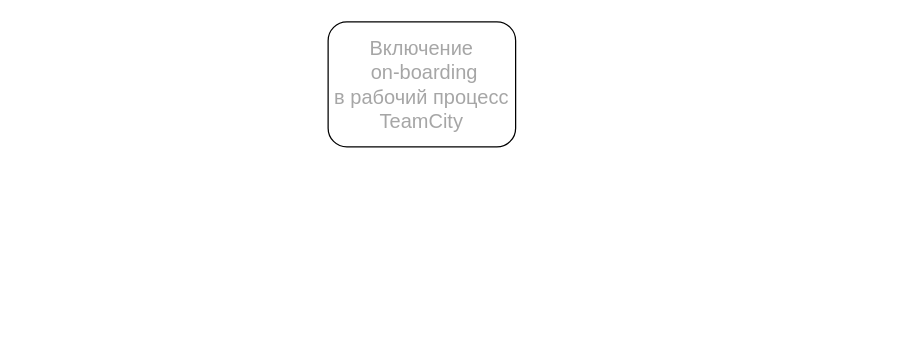
Earlier version of the draw.io diagram docs/Untitled Diagram.drawio (andrglad/DocOps). Source tidied: cells renumbered, new cells numbered last; positions are measured from the earlier drawing's top-left corner, leaving out a move shared by most shapes. Both pictures are drawn from the tidied source at 125%, with x=0, y=0 at pixel (328, 21).
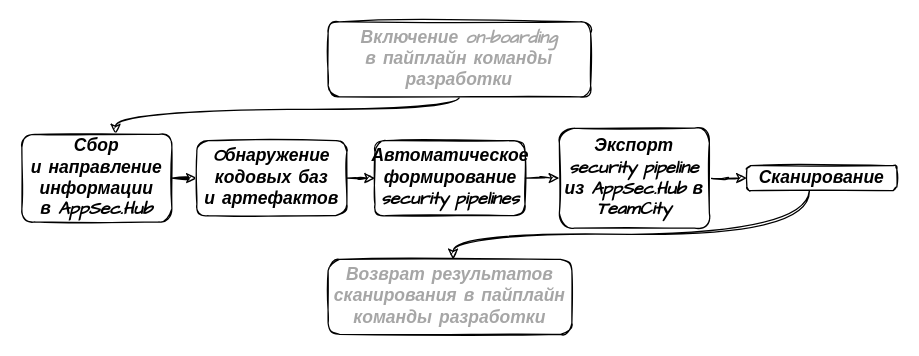
The same diagram, later.

Change to the diagram source:
```diff
@@
 <mxGraphModel>
   <root>
     <mxCell id="0" />
     <mxCell id="1" parent="0" />
+    <mxCell id="3" style="edgeStyle=orthogonalEdgeStyle;jettySize=auto;html=1;sketch=1;curved=1;" parent="1" edge="1" source="2" target="5">
+      <mxGeometry relative="1" as="geometry">
+        <Array as="points">
+          <mxPoint x="-170" y="70" />
+        </Array>
+      </mxGeometry>
+    </mxCell>
-    <mxCell id="2" value="&lt;span style=&quot;font-size: 12.0pt ; font-family: &amp;#34;calibri&amp;#34; , sans-serif ; color: #a6a6a6&quot;&gt;Включение&lt;br&gt;&amp;nbsp;&lt;/span&gt;&lt;span lang=&quot;EN-US&quot; style=&quot;font-size: 12.0pt ; font-family: &amp;#34;calibri&amp;#34; , sans-serif ; color: #a6a6a6&quot;&gt;on&lt;/span&gt;&lt;span style=&quot;font-size: 12.0pt ; font-family: &amp;#34;calibri&amp;#34; , sans-serif ; color: #a6a6a6&quot;&gt;-&lt;/span&gt;&lt;span lang=&quot;EN-US&quot; style=&quot;font-size: 12.0pt ; font-family: &amp;#34;calibri&amp;#34; , sans-serif ; color: #a6a6a6&quot;&gt;boarding&lt;br&gt;&lt;/span&gt;&lt;span style=&quot;font-size: 12.0pt ; font-family: &amp;#34;calibri&amp;#34; , sans-serif ; color: #a6a6a6&quot;&gt;в рабочий процесс &lt;/span&gt;&lt;span lang=&quot;EN-US&quot; style=&quot;font-size: 12.0pt ; font-family: &amp;#34;calibri&amp;#34; , sans-serif ; color: #a6a6a6&quot;&gt;TeamCity&lt;/span&gt;" style="rounded=1;whiteSpace=wrap;html=1;fontSize=12;glass=0;strokeWidth=1;shadow=0;" parent="1" vertex="1">
-      <mxGeometry width="150" height="100" as="geometry" />
+    <mxCell id="2" value="&lt;font style=&quot;font-size: 14px&quot; face=&quot;Comic Sans MS&quot;&gt;&lt;b&gt;&lt;i&gt;&lt;span style=&quot;color: rgb(166 , 166 , 166)&quot;&gt;Включение&amp;nbsp;&lt;/span&gt;&lt;span lang=&quot;EN-US&quot; style=&quot;color: rgb(166 , 166 , 166)&quot;&gt;on&lt;/span&gt;&lt;span style=&quot;color: rgb(166 , 166 , 166)&quot;&gt;-&lt;/span&gt;&lt;span lang=&quot;EN-US&quot; style=&quot;color: rgb(166 , 166 , 166)&quot;&gt;boarding&lt;br&gt;&lt;/span&gt;&lt;span style=&quot;color: rgb(166 , 166 , 166)&quot;&gt;в пайплайн&amp;nbsp;команды&lt;br&gt;разработки&lt;/span&gt;&lt;/i&gt;&lt;/b&gt;&lt;/font&gt;" style="whiteSpace=wrap;html=1;fontSize=12;glass=0;strokeWidth=1;shadow=0;sketch=1;rounded=1;" parent="1" vertex="1">
+      <mxGeometry width="210" height="60" as="geometry" />
     </mxCell>
+    <mxCell id="4" style="edgeStyle=orthogonalEdgeStyle;jettySize=auto;html=1;sketch=1;curved=1;" parent="1" edge="1" source="5" target="7">
+      <mxGeometry relative="1" as="geometry" />
+    </mxCell>
+    <mxCell id="5" value="&lt;font style=&quot;font-size: 14px&quot; face=&quot;Comic Sans MS&quot;&gt;&lt;b&gt;&lt;i&gt;Сбор&lt;br&gt;и направление&lt;br&gt;информации&lt;br&gt;в &lt;span lang=&quot;EN-US&quot;&gt;AppSec&lt;/span&gt;.&lt;span lang=&quot;EN-US&quot;&gt;Hub&lt;/span&gt;&lt;/i&gt;&lt;/b&gt;&lt;/font&gt;" style="whiteSpace=wrap;html=1;sketch=1;rounded=1;" parent="1" vertex="1">
+      <mxGeometry x="-245" y="90" width="120" height="70" as="geometry" />
+    </mxCell>
+    <mxCell id="6" style="edgeStyle=orthogonalEdgeStyle;jettySize=auto;html=1;sketch=1;curved=1;" parent="1" edge="1" source="7" target="9">
+      <mxGeometry relative="1" as="geometry" />
+    </mxCell>
+    <mxCell id="7" value="&lt;font style=&quot;font-size: 14px&quot; face=&quot;Comic Sans MS&quot;&gt;&lt;b&gt;&lt;i&gt;&lt;span lang=&quot;EN-US&quot;&gt;O&lt;/span&gt;бнаружение кодовых баз&lt;br&gt;и артефактов&lt;/i&gt;&lt;/b&gt;&lt;/font&gt;" style="whiteSpace=wrap;html=1;sketch=1;rounded=1;" parent="1" vertex="1">
+      <mxGeometry x="-105" y="95" width="120" height="60" as="geometry" />
+    </mxCell>
+    <mxCell id="8" style="edgeStyle=orthogonalEdgeStyle;jettySize=auto;html=1;sketch=1;curved=1;" parent="1" edge="1" source="9" target="11">
+      <mxGeometry relative="1" as="geometry" />
+    </mxCell>
+    <mxCell id="9" value="&lt;font style=&quot;font-size: 14px&quot; face=&quot;Comic Sans MS&quot;&gt;&lt;b&gt;&lt;i&gt;Автоматическое формирование&lt;br&gt;&lt;span lang=&quot;EN-US&quot;&gt;security&lt;/span&gt;&lt;span lang=&quot;EN-US&quot;&gt; &lt;/span&gt;&lt;span lang=&quot;EN-US&quot;&gt;pipelines&lt;/span&gt;&lt;/i&gt;&lt;/b&gt;&lt;/font&gt;" style="whiteSpace=wrap;html=1;sketch=1;rounded=1;" parent="1" vertex="1">
+      <mxGeometry x="37.5" y="95" width="120" height="60" as="geometry" />
+    </mxCell>
+    <mxCell id="10" style="edgeStyle=orthogonalEdgeStyle;jettySize=auto;html=1;sketch=1;curved=1;" parent="1" edge="1" source="11" target="13">
+      <mxGeometry relative="1" as="geometry" />
+    </mxCell>
+    <mxCell id="11" value="&lt;b&gt;&lt;font style=&quot;font-size: 14px&quot; face=&quot;Comic Sans MS&quot;&gt;&lt;i&gt;Экспорт &lt;span lang=&quot;EN-US&quot;&gt;security&lt;/span&gt;&lt;span lang=&quot;EN-US&quot;&gt; &lt;/span&gt;&lt;span lang=&quot;EN-US&quot;&gt;pipeline&lt;/span&gt; из &lt;span lang=&quot;EN-US&quot;&gt;AppSec&lt;/span&gt;.&lt;span lang=&quot;EN-US&quot;&gt;Hub&lt;/span&gt; в &lt;span lang=&quot;EN-US&quot;&gt;TeamCity&lt;/span&gt;&lt;/i&gt;&lt;/font&gt;&lt;/b&gt;" style="whiteSpace=wrap;html=1;sketch=1;rounded=1;" parent="1" vertex="1">
+      <mxGeometry x="185" y="85" width="120" height="80" as="geometry" />
+    </mxCell>
+    <mxCell id="12" style="edgeStyle=orthogonalEdgeStyle;jettySize=auto;html=1;sketch=1;curved=1;" parent="1" edge="1" source="13" target="14">
+      <mxGeometry relative="1" as="geometry">
+        <Array as="points">
+          <mxPoint x="385" y="170" />
+          <mxPoint x="100" y="170" />
+        </Array>
+      </mxGeometry>
+    </mxCell>
+    <mxCell id="13" value="&lt;font style=&quot;font-size: 14px&quot; face=&quot;Comic Sans MS&quot;&gt;&lt;b&gt;&lt;i&gt;Сканирование&lt;/i&gt;&lt;/b&gt;&lt;/font&gt;" style="whiteSpace=wrap;html=1;sketch=1;rounded=1;" parent="1" vertex="1">
+      <mxGeometry x="335" y="115" width="120" height="20" as="geometry" />
+    </mxCell>
+    <mxCell id="14" value="&lt;font style=&quot;font-size: 14px&quot; face=&quot;Comic Sans MS&quot;&gt;&lt;b&gt;&lt;i&gt;&lt;span style=&quot;color: rgb(166 , 166 , 166)&quot;&gt;Возврат результатов сканирования в пайплайн команды&amp;nbsp;&lt;/span&gt;&lt;span style=&quot;color: rgb(166 , 166 , 166)&quot;&gt;разработки&lt;/span&gt;&lt;/i&gt;&lt;/b&gt;&lt;/font&gt;" style="whiteSpace=wrap;html=1;sketch=1;rounded=1;" parent="1" vertex="1">
+      <mxGeometry y="190" width="195" height="60" as="geometry" />
+    </mxCell>
   </root>
 </mxGraphModel>
```
